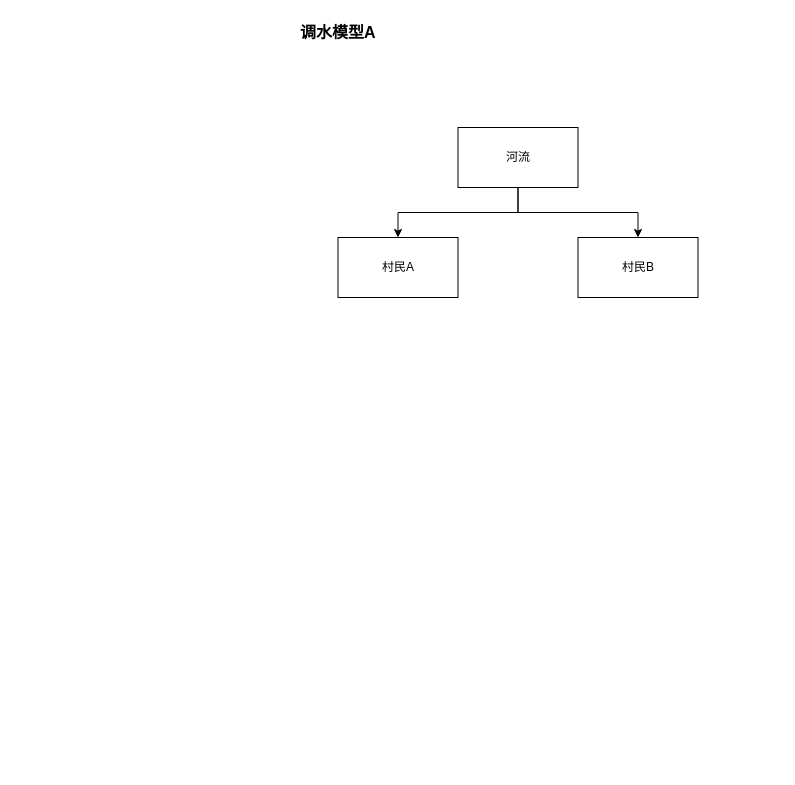
This is page "0001" (1 of 2) of src/main/work/zhonghuan/20231108155131.drawio from ab-doc/draw.io, a draw.io file, before an edit. Source tidied: cells renumbered, new cells numbered last; positions are measured from the earlier drawing's top-left corner, leaving out a move shared by most shapes. Both pictures are drawn from the tidied source at 100%, with x=0, y=0 at pixel (297, 17).
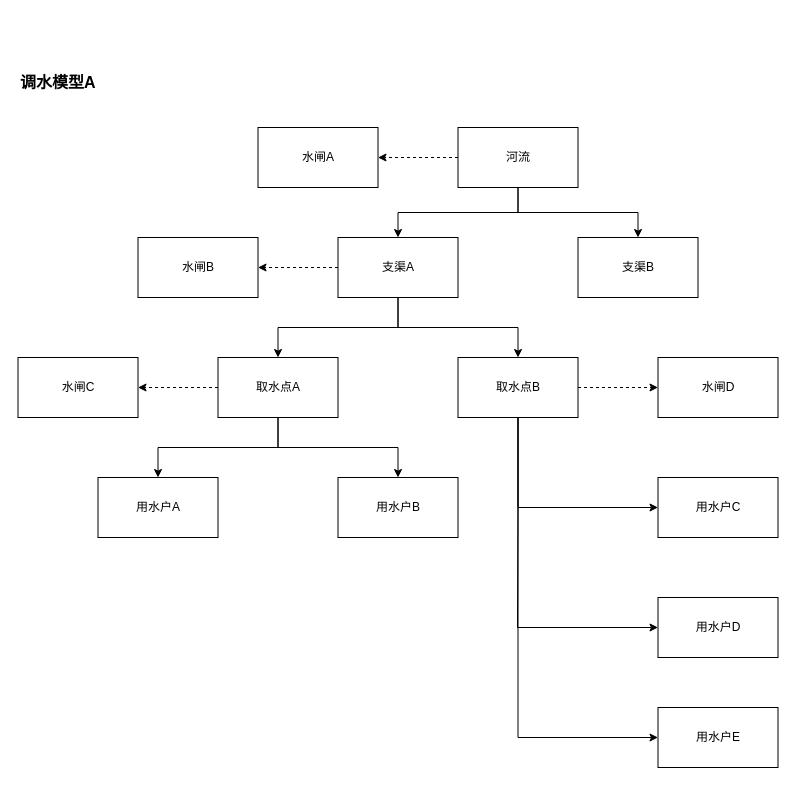
Above is the later version.

Unchanged cells that the change refers to:
```xml
<mxCell id="5" value="河流" style="rounded=0;whiteSpace=wrap;html=1;" parent="1" vertex="1">
  <mxGeometry x="160.5" y="110" width="120" height="60" as="geometry" />
</mxCell>
```

Change to the diagram source:
```diff
@@
     <mxCell id="2" value="&lt;b style=&quot;font-size: 16px;&quot;&gt;调水模型A&lt;/b&gt;" style="text;html=1;align=left;verticalAlign=middle;strokeColor=none;fillColor=none;fontSize=16;rounded=0;labelBackgroundColor=none;" parent="1" vertex="1">
-      <mxGeometry x="0.5" width="100" height="30" as="geometry" />
+      <mxGeometry x="-279.5" y="50" width="100" height="30" as="geometry" />
     </mxCell>
@@
+    <mxCell id="8" style="edgeStyle=orthogonalEdgeStyle;rounded=0;jettySize=auto;html=1;dashed=1;" parent="1" edge="1" source="5" target="25">
+      <mxGeometry relative="1" as="geometry" />
+    </mxCell>
@@
-    <mxCell id="6" value="村民B" style="rounded=0;whiteSpace=wrap;html=1;" parent="1" vertex="1">
+    <mxCell id="6" value="支渠B" style="rounded=0;whiteSpace=wrap;html=1;" parent="1" vertex="1">
       <mxGeometry x="280.5" y="220" width="120" height="60" as="geometry" />
     </mxCell>
+    <mxCell id="9" style="edgeStyle=orthogonalEdgeStyle;rounded=0;jettySize=auto;html=1;" parent="1" edge="1" source="7" target="16">
+      <mxGeometry relative="1" as="geometry" />
+    </mxCell>
+    <mxCell id="10" style="edgeStyle=orthogonalEdgeStyle;rounded=0;jettySize=auto;html=1;" parent="1" edge="1" source="7" target="20">
+      <mxGeometry relative="1" as="geometry" />
+    </mxCell>
+    <mxCell id="11" style="edgeStyle=orthogonalEdgeStyle;rounded=0;jettySize=auto;html=1;dashed=1;" parent="1" edge="1" source="7" target="24">
+      <mxGeometry relative="1" as="geometry" />
+    </mxCell>
-    <mxCell id="7" value="村民A" style="rounded=0;whiteSpace=wrap;html=1;" parent="1" vertex="1">
+    <mxCell id="7" value="支渠A" style="rounded=0;whiteSpace=wrap;html=1;" parent="1" vertex="1">
       <mxGeometry x="40.5" y="220" width="120" height="60" as="geometry" />
     </mxCell>
+    <mxCell id="12" style="edgeStyle=orthogonalEdgeStyle;rounded=0;jettySize=auto;html=1;exitX=0.5;exitY=1;exitDx=0;exitDy=0;entryX=0;entryY=0.5;entryDx=0;entryDy=0;" parent="1" edge="1" source="16" target="26">
+      <mxGeometry relative="1" as="geometry" />
+    </mxCell>
+    <mxCell id="13" style="edgeStyle=orthogonalEdgeStyle;rounded=0;jettySize=auto;html=1;exitX=0.5;exitY=1;exitDx=0;exitDy=0;" parent="1" edge="1" source="16" target="27">
+      <mxGeometry relative="1" as="geometry">
+        <Array as="points">
+          <mxPoint x="221" y="490" />
+          <mxPoint x="220" y="610" />
+        </Array>
+      </mxGeometry>
+    </mxCell>
+    <mxCell id="14" style="edgeStyle=orthogonalEdgeStyle;rounded=0;jettySize=auto;html=1;exitX=0.5;exitY=1;exitDx=0;exitDy=0;entryX=0;entryY=0.5;entryDx=0;entryDy=0;" parent="1" edge="1" source="16" target="28">
+      <mxGeometry relative="1" as="geometry" />
+    </mxCell>
+    <mxCell id="15" style="edgeStyle=orthogonalEdgeStyle;rounded=0;jettySize=auto;html=1;dashed=1;" parent="1" edge="1" source="16" target="29">
+      <mxGeometry relative="1" as="geometry" />
+    </mxCell>
+    <mxCell id="16" value="取水点B" style="rounded=0;whiteSpace=wrap;html=1;" parent="1" vertex="1">
+      <mxGeometry x="160.5" y="340" width="120" height="60" as="geometry" />
+    </mxCell>
+    <mxCell id="17" style="edgeStyle=orthogonalEdgeStyle;rounded=0;jettySize=auto;html=1;" parent="1" edge="1" source="20" target="21">
+      <mxGeometry relative="1" as="geometry" />
+    </mxCell>
+    <mxCell id="18" style="edgeStyle=orthogonalEdgeStyle;rounded=0;jettySize=auto;html=1;" parent="1" edge="1" source="20" target="22">
+      <mxGeometry relative="1" as="geometry" />
+    </mxCell>
+    <mxCell id="19" style="edgeStyle=orthogonalEdgeStyle;rounded=0;jettySize=auto;html=1;dashed=1;" parent="1" edge="1" source="20" target="23">
+      <mxGeometry relative="1" as="geometry" />
+    </mxCell>
+    <mxCell id="20" value="取水点A" style="rounded=0;whiteSpace=wrap;html=1;" parent="1" vertex="1">
+      <mxGeometry x="-79.5" y="340" width="120" height="60" as="geometry" />
+    </mxCell>
+    <mxCell id="21" value="用水户B" style="rounded=0;whiteSpace=wrap;html=1;" parent="1" vertex="1">
+      <mxGeometry x="40.5" y="460" width="120" height="60" as="geometry" />
+    </mxCell>
+    <mxCell id="22" value="用水户A" style="rounded=0;whiteSpace=wrap;html=1;" parent="1" vertex="1">
+      <mxGeometry x="-199.5" y="460" width="120" height="60" as="geometry" />
+    </mxCell>
+    <mxCell id="23" value="水闸C" style="rounded=0;whiteSpace=wrap;html=1;" parent="1" vertex="1">
+      <mxGeometry x="-279.5" y="340" width="120" height="60" as="geometry" />
+    </mxCell>
+    <mxCell id="24" value="水闸B" style="rounded=0;whiteSpace=wrap;html=1;" parent="1" vertex="1">
+      <mxGeometry x="-159.5" y="220" width="120" height="60" as="geometry" />
+    </mxCell>
+    <mxCell id="25" value="水闸A" style="rounded=0;whiteSpace=wrap;html=1;" parent="1" vertex="1">
+      <mxGeometry x="-39.5" y="110" width="120" height="60" as="geometry" />
+    </mxCell>
+    <mxCell id="26" value="用水户C" style="rounded=0;whiteSpace=wrap;html=1;" parent="1" vertex="1">
+      <mxGeometry x="360.5" y="460" width="120" height="60" as="geometry" />
+    </mxCell>
+    <mxCell id="27" value="用水户D" style="rounded=0;whiteSpace=wrap;html=1;" parent="1" vertex="1">
+      <mxGeometry x="360.5" y="580" width="120" height="60" as="geometry" />
+    </mxCell>
+    <mxCell id="28" value="用水户E" style="rounded=0;whiteSpace=wrap;html=1;" parent="1" vertex="1">
+      <mxGeometry x="360.5" y="690" width="120" height="60" as="geometry" />
+    </mxCell>
+    <mxCell id="29" value="水闸D" style="rounded=0;whiteSpace=wrap;html=1;" parent="1" vertex="1">
+      <mxGeometry x="360.5" y="340" width="120" height="60" as="geometry" />
+    </mxCell>
```
